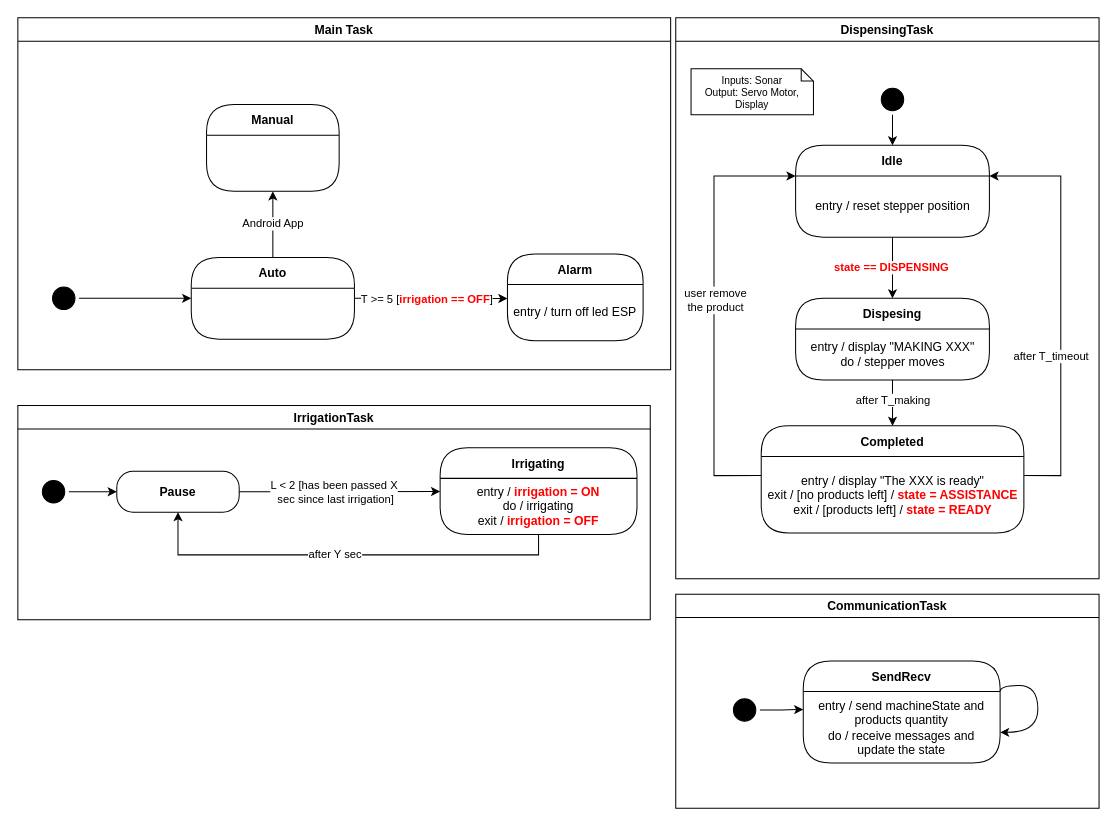
This is page "overview" (1 of 4) of doc/diagrams/state-chart.drawio from tassiLuca/smart-garden, a draw.io file, before an edit. Source tidied: cells renumbered, new cells numbered last; positions are measured from the earlier drawing's top-left corner, leaving out a move shared by most shapes. Both pictures are drawn from the tidied source at 102%, with x=0, y=0 at pixel (17, 17).
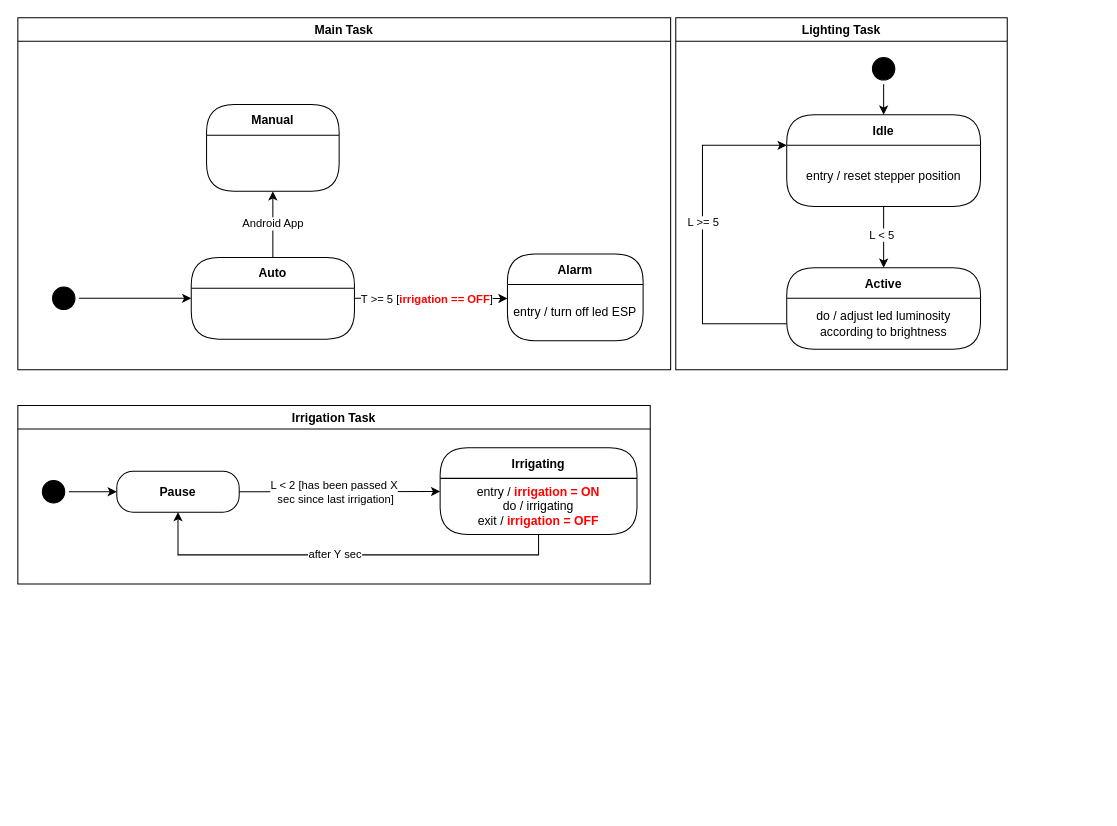
After the change.

Commit message (it also covers changes not shown here):
updated state chart

The change refers to these unchanged cells:
```xml
<mxCell id="22" value="entry / reset stepper position" style="text;html=1;align=center;verticalAlign=middle;spacingLeft=4;spacingRight=4;whiteSpace=wrap;overflow=hidden;" parent="21" vertex="1">
  <mxGeometry y="30" width="190" height="60" as="geometry" />
</mxCell>
```

Change to the diagram source:
```diff
@@
-    <mxCell id="12" value="DispensingTask" style="swimlane;strokeColor=#000000;" parent="1" vertex="1">
-      <mxGeometry x="645" width="415" height="550" as="geometry" />
+    <mxCell id="12" value="Lighting Task" style="swimlane;strokeColor=#000000;" parent="1" vertex="1">
+      <mxGeometry x="645" width="325" height="345" as="geometry" />
     </mxCell>
     <mxCell id="13" style="ellipse;html=1;shape=startState;fillColor=#000000;strokeColor=#000000;" parent="12" vertex="1">
-      <mxGeometry x="197.5" y="65" width="30" height="30" as="geometry" />
+      <mxGeometry x="188.8" y="35" width="30" height="30" as="geometry" />
     </mxCell>
-    <mxCell id="14" value="Dispesing" style="swimlane;fontStyle=1;align=center;verticalAlign=middle;horizontal=1;startSize=30;rounded=1;arcSize=30;swimlaneFillColor=#FFFFFF;" parent="12" vertex="1">
-      <mxGeometry x="117.5" y="275" width="190" height="80" as="geometry" />
+    <mxCell id="14" value="Active" style="swimlane;fontStyle=1;align=center;verticalAlign=middle;horizontal=1;startSize=30;rounded=1;arcSize=30;swimlaneFillColor=#FFFFFF;" parent="12" vertex="1">
+      <mxGeometry x="108.8" y="245" width="190" height="80" as="geometry" />
     </mxCell>
-    <mxCell id="15" value="entry / display &quot;MAKING XXX&quot;&lt;br&gt;do / stepper moves" style="text;html=1;align=center;verticalAlign=middle;spacingLeft=4;spacingRight=4;whiteSpace=wrap;overflow=hidden;" parent="14" vertex="1">
+    <mxCell id="15" value="do / adjust led luminosity according to brightness" style="text;html=1;align=center;verticalAlign=middle;spacingLeft=4;spacingRight=4;whiteSpace=wrap;overflow=hidden;" parent="14" vertex="1">
       <mxGeometry y="30" width="190" height="50" as="geometry" />
     </mxCell>
-    <mxCell id="16" value="&lt;font color=&quot;#000000&quot;&gt;after T_making&lt;/font&gt;" style="edgeStyle=orthogonalEdgeStyle;rounded=0;jettySize=auto;html=1;exitX=0.5;exitY=1;exitDx=0;exitDy=0;entryX=0.5;entryY=0;entryDx=0;entryDy=0;fontColor=#FF0000;" parent="12" edge="1" source="15" target="26">
-      <mxGeometry x="-0.11" relative="1" as="geometry" />
-    </mxCell>
-    <mxCell id="17" style="edgeStyle=orthogonalEdgeStyle;rounded=0;jettySize=auto;html=1;exitX=0;exitY=0.25;exitDx=0;exitDy=0;entryX=0;entryY=0;entryDx=0;entryDy=0;fontColor=#000000;" parent="12" edge="1" source="27" target="22">
+    <mxCell id="17" style="edgeStyle=orthogonalEdgeStyle;rounded=0;jettySize=auto;html=1;exitX=0;exitY=0.5;exitDx=0;exitDy=0;entryX=0;entryY=0;entryDx=0;entryDy=0;fontColor=#000000;" parent="12" edge="1" source="15" target="22">
       <mxGeometry relative="1" as="geometry">
         <Array as="points">
-          <mxPoint x="37.5" y="449" />
-          <mxPoint x="37.5" y="155" />
+          <mxPoint x="26.2" y="300" />
+          <mxPoint x="26.2" y="125" />
         </Array>
       </mxGeometry>
     </mxCell>
-    <mxCell id="18" value="user remove &lt;br&gt;the product" style="edgeLabel;html=1;align=center;verticalAlign=middle;fontColor=#000000;" parent="17" vertex="1">
+    <mxCell id="18" value="L &amp;gt;= 5" style="edgeLabel;html=1;align=center;verticalAlign=middle;fontColor=#000000;" parent="17" vertex="1">
       <mxGeometry x="-0.23" y="-1" relative="1" as="geometry">
-        <mxPoint y="-57" as="offset" />
+        <mxPoint x="-1" y="-51" as="offset" />
       </mxGeometry>
     </mxCell>
-    <mxCell id="19" style="edgeStyle=orthogonalEdgeStyle;rounded=0;jettySize=auto;html=1;exitX=1;exitY=0.25;exitDx=0;exitDy=0;entryX=1;entryY=0;entryDx=0;entryDy=0;fontColor=#000000;" parent="12" edge="1" source="27" target="22">
-      <mxGeometry relative="1" as="geometry">
-        <Array as="points">
-          <mxPoint x="377.5" y="449" />
-          <mxPoint x="377.5" y="155" />
-        </Array>
-      </mxGeometry>
-    </mxCell>
-    <mxCell id="20" value="after T_timeout" style="edgeLabel;html=1;align=center;verticalAlign=middle;fontColor=#000000;" parent="19" vertex="1">
-      <mxGeometry x="-0.19" y="1" relative="1" as="geometry">
-        <mxPoint x="-9" y="8" as="offset" />
-      </mxGeometry>
-    </mxCell>
     <mxCell id="21" value="Idle" style="swimlane;fontStyle=1;align=center;verticalAlign=middle;horizontal=1;startSize=30;rounded=1;arcSize=30;swimlaneFillColor=#FFFFFF;" parent="12" vertex="1">
-      <mxGeometry x="117.5" y="125" width="190" height="90" as="geometry" />
+      <mxGeometry x="108.8" y="95" width="190" height="90" as="geometry" />
     </mxCell>
@@
-    <mxCell id="24" value="&lt;b&gt;&lt;font color=&quot;#ff0000&quot;&gt;state == DISPENSING&amp;nbsp;&lt;/font&gt;&lt;/b&gt;" style="edgeStyle=orthogonalEdgeStyle;rounded=0;jettySize=auto;html=1;exitX=0.5;exitY=1;exitDx=0;exitDy=0;entryX=0.5;entryY=0;entryDx=0;entryDy=0;" parent="12" edge="1" source="22" target="14">
+    <mxCell id="24" style="edgeStyle=orthogonalEdgeStyle;rounded=0;jettySize=auto;html=1;exitX=0.5;exitY=1;exitDx=0;exitDy=0;entryX=0.5;entryY=0;entryDx=0;entryDy=0;" parent="12" edge="1" source="22" target="14">
       <mxGeometry relative="1" as="geometry" />
     </mxCell>
-    <mxCell id="25" value="&lt;span style=&quot;text-align: left;&quot;&gt;Inputs: Sonar&lt;br&gt;Output: Servo Motor, Display&lt;br&gt;&lt;/span&gt;" style="shape=note;size=12;whiteSpace=wrap;html=1;fontSize=10;" parent="12" vertex="1">
-      <mxGeometry x="15" y="50" width="120" height="45" as="geometry" />
-    </mxCell>
-    <mxCell id="26" value="Completed" style="swimlane;fontStyle=1;align=center;verticalAlign=middle;horizontal=1;startSize=30;rounded=1;arcSize=30;swimlaneFillColor=#FFFFFF;" parent="12" vertex="1">
-      <mxGeometry x="83.8" y="400" width="257.5" height="105" as="geometry" />
-    </mxCell>
-    <mxCell id="27" value="entry / display &quot;The XXX is ready&quot;&lt;br&gt;exit / [no products left] / &lt;b&gt;&lt;font color=&quot;#ff0000&quot;&gt;state = ASSISTANCE&lt;/font&gt;&lt;/b&gt;&lt;br&gt;exit / [products left] / &lt;b&gt;&lt;font color=&quot;#ff0000&quot;&gt;state = READY&lt;/font&gt;&lt;/b&gt;" style="text;html=1;align=center;verticalAlign=middle;spacingLeft=4;spacingRight=4;whiteSpace=wrap;overflow=hidden;" parent="26" vertex="1">
-      <mxGeometry y="30" width="257.5" height="75" as="geometry" />
-    </mxCell>
+    <mxCell id="44" value="L &amp;lt; 5" style="edgeLabel;html=1;align=center;verticalAlign=middle;" parent="24" vertex="1">
+      <mxGeometry x="-0.09" y="-2" relative="1" as="geometry" />
+    </mxCell>
-    <mxCell id="28" value="IrrigationTask" style="swimlane;strokeColor=#000000;" parent="1" vertex="1">
-      <mxGeometry y="380" width="620" height="210" as="geometry" />
+    <mxCell id="28" value="Irrigation Task" style="swimlane;strokeColor=#000000;" parent="1" vertex="1">
+      <mxGeometry y="380" width="620" height="175" as="geometry" />
     </mxCell>
@@
-    <mxCell id="38" value="CommunicationTask" style="swimlane;strokeColor=#000000;" parent="1" vertex="1">
-      <mxGeometry x="645" y="565" width="415" height="210" as="geometry" />
-    </mxCell>
-    <mxCell id="39" style="ellipse;html=1;shape=startState;fillColor=#000000;strokeColor=#000000;" parent="38" vertex="1">
-      <mxGeometry x="52.5" y="98.5" width="30" height="30" as="geometry" />
-    </mxCell>
-    <mxCell id="40" style="edgeStyle=orthogonalEdgeStyle;rounded=0;jettySize=auto;html=1;exitX=1;exitY=0.5;exitDx=0;exitDy=0;entryX=0;entryY=0.25;entryDx=0;entryDy=0;fontColor=#FF0000;" parent="38" edge="1" source="39" target="42">
-      <mxGeometry relative="1" as="geometry" />
-    </mxCell>
-    <mxCell id="41" value="SendRecv" style="swimlane;fontStyle=1;align=center;verticalAlign=middle;horizontal=1;startSize=30;rounded=1;arcSize=30;swimlaneFillColor=#FFFFFF;" parent="38" vertex="1">
-      <mxGeometry x="125" y="65.5" width="193" height="100" as="geometry" />
-    </mxCell>
-    <mxCell id="42" value="entry / send machineState and products quantity&lt;br&gt;do / receive messages and update the state" style="text;html=1;align=center;verticalAlign=middle;spacingLeft=4;spacingRight=4;whiteSpace=wrap;overflow=hidden;" parent="41" vertex="1">
-      <mxGeometry y="30" width="193" height="70" as="geometry" />
-    </mxCell>
-    <mxCell id="43" style="edgeStyle=orthogonalEdgeStyle;curved=1;orthogonalLoop=1;jettySize=auto;html=1;exitX=1;exitY=0.25;exitDx=0;exitDy=0;entryX=1;entryY=0.5;entryDx=0;entryDy=0;" parent="41" edge="1">
-      <mxGeometry relative="1" as="geometry">
-        <mxPoint x="193" y="30" as="sourcePoint" />
-        <mxPoint x="193" y="70" as="targetPoint" />
-        <Array as="points">
-          <mxPoint x="193" y="24" />
-          <mxPoint x="230" y="24" />
-          <mxPoint x="230" y="70" />
-        </Array>
-      </mxGeometry>
-    </mxCell>
```
